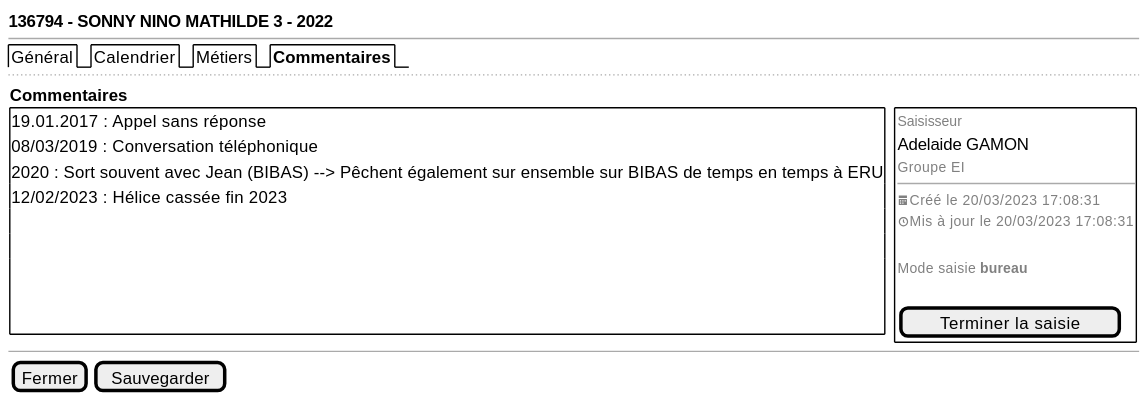
Above: projects/activity-calendar/spe/images/activity-calendar-comments.svg in sumaris-net/sumaris-doc (PlantUML), before the change.
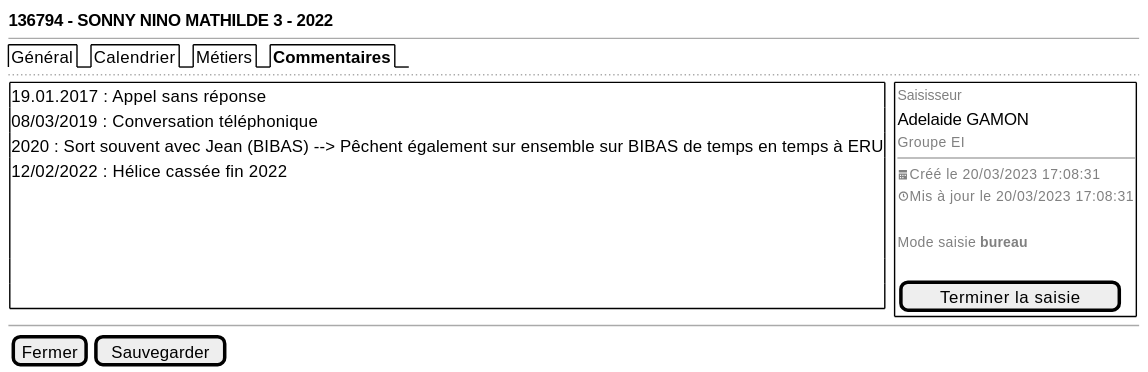
After the change.

The edit, as a diff of the source:
```diff
@@ -6,11 +6,11 @@
   {/ Général | Calendrier | Métiers | <b>Commentaires }
   ..
 
-    {<b>Commentaires
+    {
      {+ 19.01.2017 : Appel sans réponse
         08/03/2019 : Conversation téléphonique
         2020 : Sort souvent avec Jean (BIBAS) --> Pêchent également sur ensemble sur BIBAS de temps en temps à ERU
-        12/02/2023 : Hélice cassée fin 2023
+        12/02/2022 : Hélice cassée fin 2022
         .
         .
         .
```
